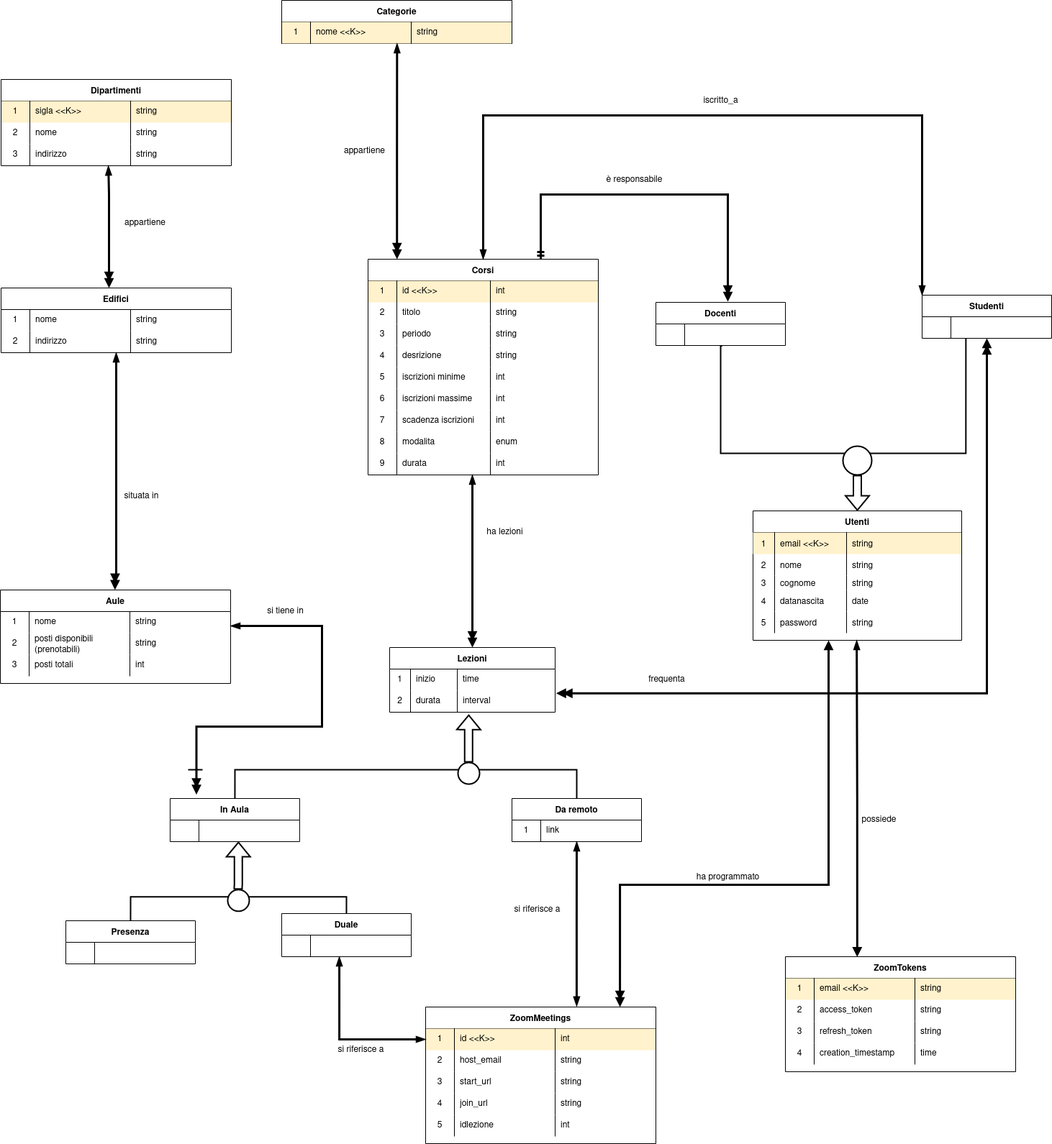
Before: docs/SchemaOggetti.png, a diagram exported from draw.io (nicolamarizza/DbProject). Source tidied: cells renumbered, new cells last; positions are measured from the earlier drawing's top-left corner, leaving out a move shared by most shapes.
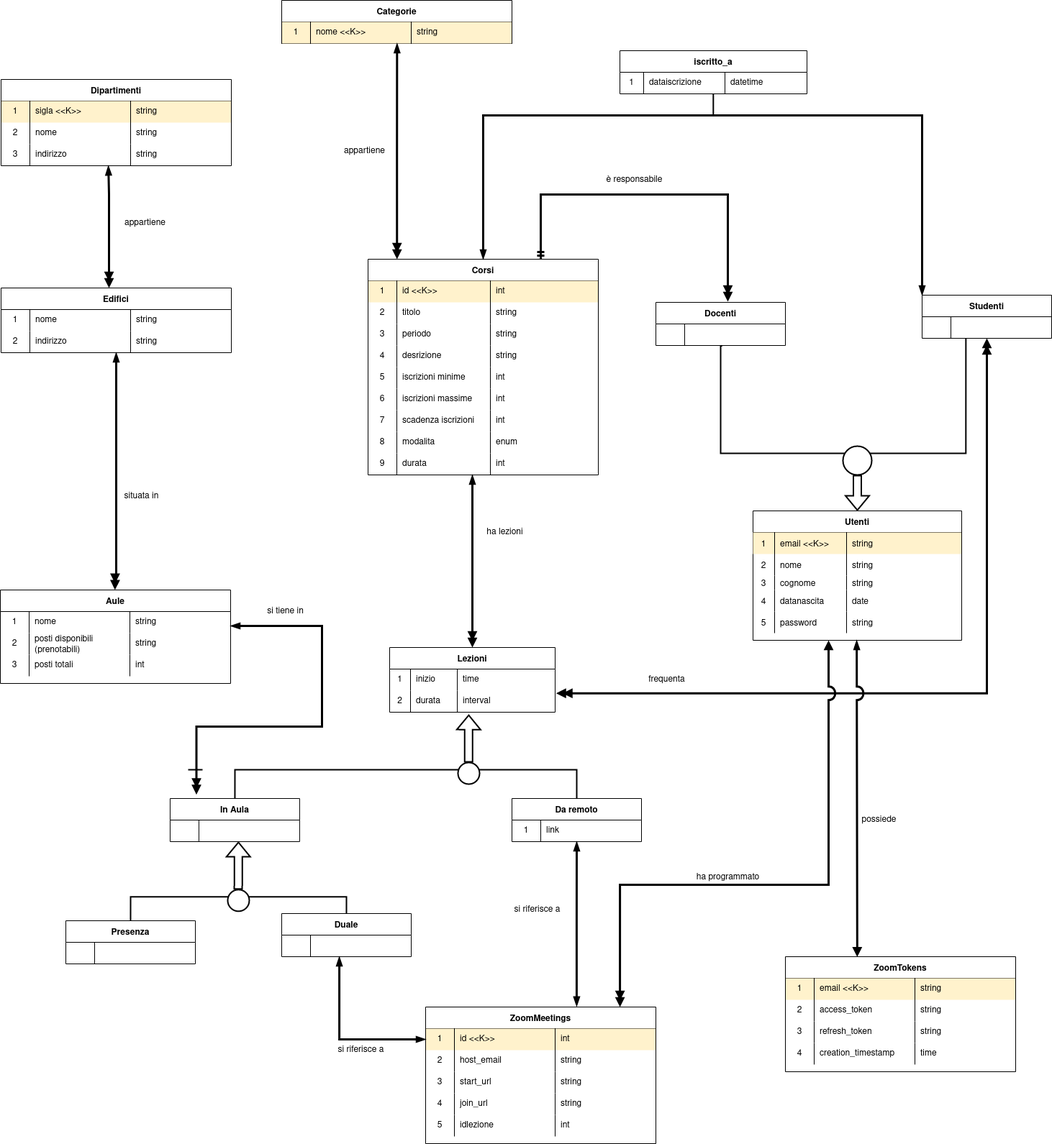
The same diagram one commit later.

Commit message:
schema oggetti

What changed in the source:
```diff
@@ -297,9 +297,6 @@
         </Array>
       </mxGeometry>
     </mxCell>
-    <mxCell id="87" value="iscritto_a" style="text;html=1;align=center;verticalAlign=middle;strokeColor=none;fillColor=none;" parent="1" vertex="1">
-      <mxGeometry x="971" y="130" width="60" height="20" as="geometry" />
-    </mxCell>
     <mxCell id="88" value="situata in" style="text;html=1;align=center;verticalAlign=middle;strokeColor=none;fillColor=none;" parent="1" vertex="1">
       <mxGeometry x="166" y="680" width="60" height="20" as="geometry" />
     </mxCell>
@@ -601,7 +598,7 @@
     <mxCell id="183" value="int" style="shape=partialRectangle;html=1;whiteSpace=wrap;fillColor=none;top=0;left=0;bottom=0;right=0;align=left;spacingLeft=6;overflow=hidden;" parent="180" vertex="1">
       <mxGeometry x="180" width="140" height="30" as="geometry" />
     </mxCell>
-    <mxCell id="184" style="edgeStyle=orthogonalEdgeStyle;rounded=0;jettySize=auto;html=1;exitX=0.312;exitY=0.002;exitDx=0;exitDy=0;startArrow=block;startFill=1;endArrow=blockThin;endFill=1;strokeWidth=3;exitPerimeter=0;" parent="1" edge="1" source="146">
+    <mxCell id="184" style="edgeStyle=orthogonalEdgeStyle;rounded=0;jettySize=auto;html=1;exitX=0.312;exitY=0.002;exitDx=0;exitDy=0;startArrow=block;startFill=1;endArrow=blockThin;endFill=1;strokeWidth=3;exitPerimeter=0;jumpStyle=arc;jumpSize=15;" parent="1" edge="1" source="146">
       <mxGeometry relative="1" as="geometry">
         <mxPoint x="1190.1" y="890" as="targetPoint" />
         <Array as="points">
@@ -613,7 +610,7 @@
     <mxCell id="185" style="edgeStyle=orthogonalEdgeStyle;rounded=0;jettySize=auto;html=1;startArrow=blockThin;startFill=1;endArrow=blockThin;endFill=1;strokeWidth=3;entryX=0.5;entryY=1;entryDx=0;entryDy=0;entryPerimeter=0;exitX=0.656;exitY=-0.006;exitDx=0;exitDy=0;exitPerimeter=0;" parent="1" edge="1" source="163" target="97">
       <mxGeometry relative="1" as="geometry" />
     </mxCell>
-    <mxCell id="186" style="edgeStyle=orthogonalEdgeStyle;rounded=0;jettySize=auto;html=1;startArrow=doubleBlock;startFill=1;endArrow=block;endFill=1;strokeWidth=3;exitX=0.844;exitY=0;exitDx=0;exitDy=0;exitPerimeter=0;" parent="1" edge="1" source="163">
+    <mxCell id="186" style="edgeStyle=orthogonalEdgeStyle;rounded=0;jettySize=auto;html=1;startArrow=doubleBlock;startFill=1;endArrow=block;endFill=1;strokeWidth=3;exitX=0.844;exitY=0;exitDx=0;exitDy=0;exitPerimeter=0;jumpStyle=arc;jumpSize=15;" parent="1" edge="1" source="163">
       <mxGeometry relative="1" as="geometry">
         <mxPoint x="1151" y="890" as="targetPoint" />
         <Array as="points">
@@ -696,5 +693,26 @@
     <mxCell id="204" value="si riferisce a" style="text;html=1;align=center;verticalAlign=middle;strokeColor=none;fillColor=none;" parent="1" vertex="1">
       <mxGeometry x="701" y="1250" width="90" height="30" as="geometry" />
     </mxCell>
+    <mxCell id="87" value="iscritto_a" style="shape=table;startSize=30;rowLines=0;fontStyle=1;" parent="1" vertex="1">
+      <mxGeometry x="861" y="70" width="260" height="60" as="geometry" />
+    </mxCell>
+    <mxCell id="205" style="shape=tableRow;horizontal=0;startSize=0;swimlaneHead=0;swimlaneBody=0;top=0;left=0;bottom=0;right=0;fillColor=none;" parent="87" vertex="1">
+      <mxGeometry y="30" width="260" height="30" as="geometry" />
+    </mxCell>
+    <mxCell id="206" value="1" style="shape=partialRectangle;html=1;whiteSpace=wrap;fillColor=none;top=0;left=0;bottom=0;right=0;overflow=hidden;" parent="205" vertex="1">
+      <mxGeometry width="33" height="30" as="geometry" />
+    </mxCell>
+    <mxCell id="207" value="dataiscrizione" style="shape=partialRectangle;html=1;whiteSpace=wrap;fillColor=none;top=0;left=0;bottom=0;right=0;align=left;spacingLeft=6;overflow=hidden;" parent="205" vertex="1">
+      <mxGeometry x="33" width="113" height="30" as="geometry" />
+    </mxCell>
+    <mxCell id="208" value="datetime" style="shape=partialRectangle;html=1;whiteSpace=wrap;fillColor=none;top=0;left=0;bottom=0;right=0;align=left;spacingLeft=6;overflow=hidden;" parent="205" vertex="1">
+      <mxGeometry x="146" width="114" height="30" as="geometry" />
+    </mxCell>
+    <mxCell id="209" style="endArrow=none;html=1;rounded=0;strokeWidth=2;" parent="1" edge="1">
+      <mxGeometry relative="1" as="geometry">
+        <mxPoint x="990.8" y="160" as="sourcePoint" />
+        <mxPoint x="990.8" y="130" as="targetPoint" />
+      </mxGeometry>
+    </mxCell>
   </root>
 </mxGraphModel>
```
